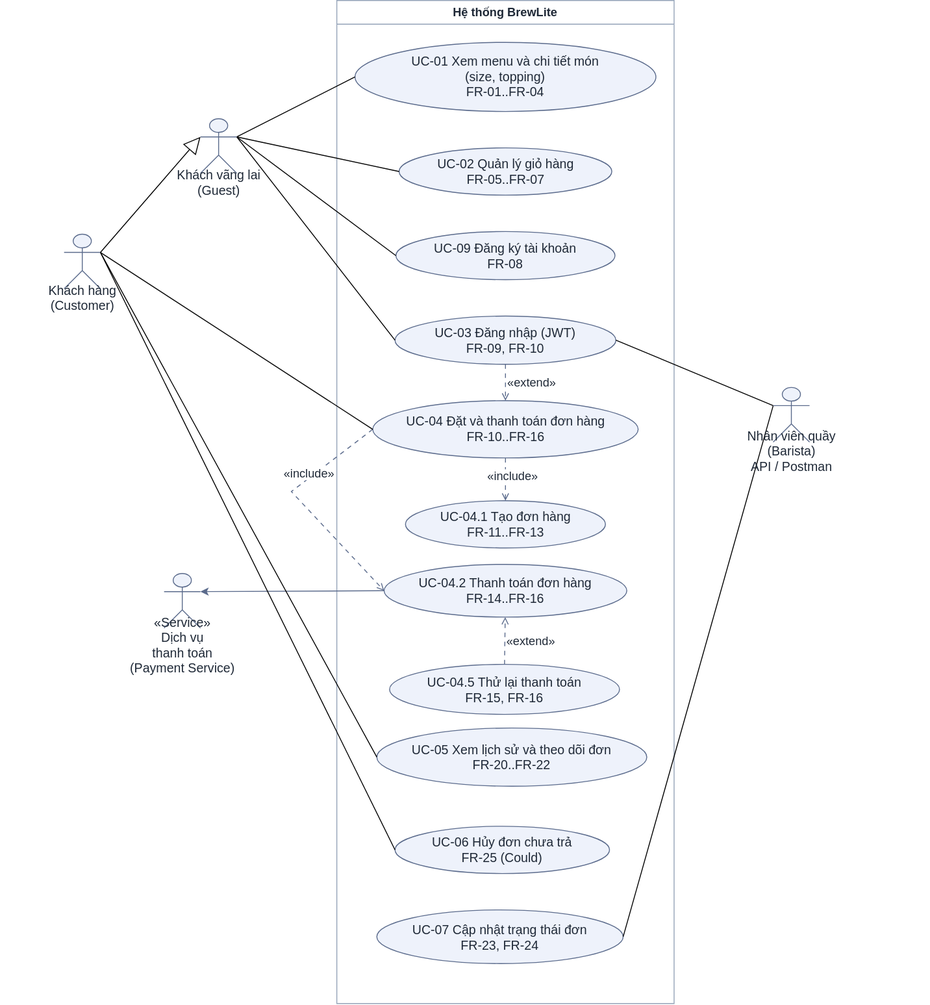
Earlier version of the PlantUML export docs/requirements/use-case-overview.svg (DuVinhLoi/BrewLite). Its source is kept beside it as docs/requirements/use-case-overview.puml.
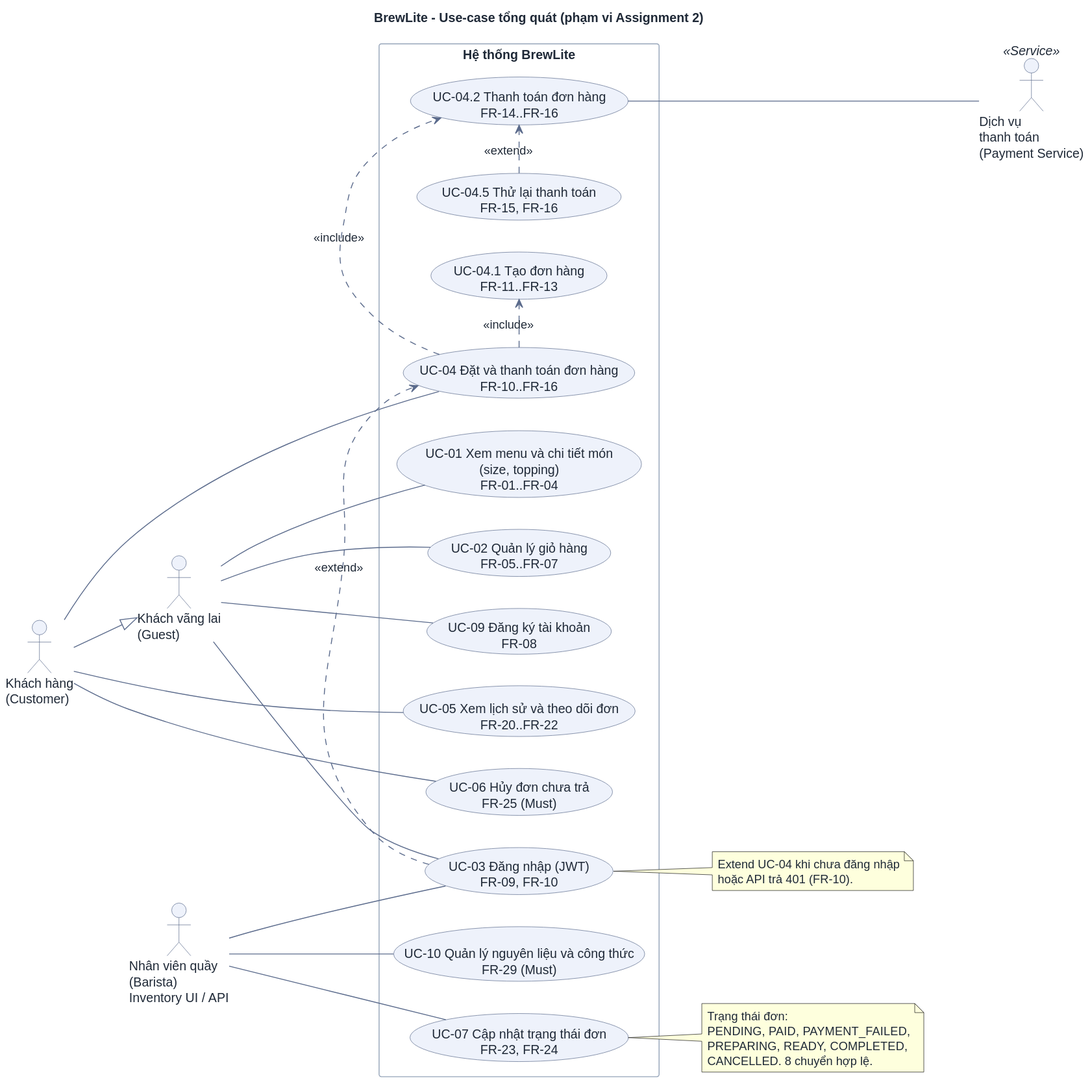
Above is the later version.

What changed in the source:
```diff
@@ -18,7 +18,7 @@
 
 actor "Khách vãng lai\n(Guest)" as Guest
 actor "Khách hàng\n(Customer)" as Customer
-actor "Nhân viên quầy\n(Barista)\nAPI / Postman" as Barista
+actor "Nhân viên quầy\n(Barista)\nInventory UI / API" as Barista
 actor "Dịch vụ\nthanh toán\n(Payment Service)" as Pay <<Service>>
 
 Customer --|> Guest
@@ -33,7 +33,8 @@
   usecase "UC-04.2 Thanh toán đơn hàng\nFR-14..FR-16" as UC042
   usecase "UC-04.5 Thử lại thanh toán\nFR-15, FR-16" as UC045
   usecase "UC-05 Xem lịch sử và theo dõi đơn\nFR-20..FR-22" as UC05
-  usecase "UC-06 Hủy đơn chưa trả\nFR-25 (Could)" as UC06
+  usecase "UC-06 Hủy đơn chưa trả\nFR-25 (Must)" as UC06
+  usecase "UC-10 Quản lý nguyên liệu và công thức\nFR-29 (Must)" as UC10
   usecase "UC-07 Cập nhật trạng thái đơn\nFR-23, FR-24" as UC07
 }
 
@@ -48,6 +49,7 @@
 
 Barista --- UC03
 Barista --- UC07
+Barista --- UC10
 
 UC04 .> UC041 : <<include>>
 UC04 .> UC042 : <<include>>
```
